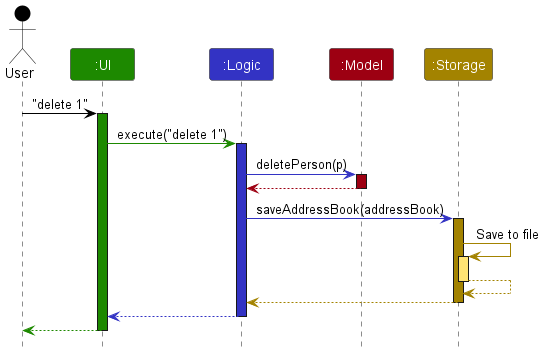
Before: docs/images/ArchitectureSequenceDiagram.png, a diagram exported from PlantUML (nus-cs2103-AY2425S1/tp).
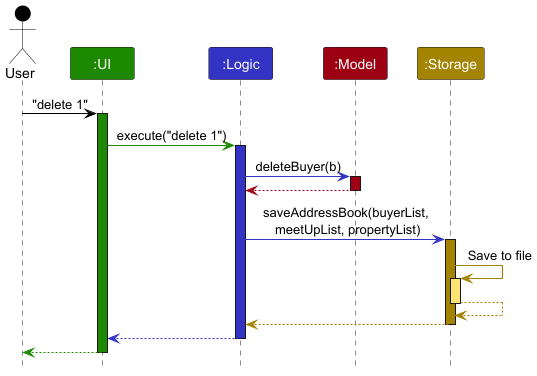
The same file after the commit.

The edit, as a diff of the source:
```diff
@@ -14,13 +14,13 @@
 ui -[UI_COLOR]> logic : execute("delete 1")
 activate logic LOGIC_COLOR
 
-logic -[LOGIC_COLOR]> model : deletePerson(p)
+logic -[LOGIC_COLOR]> model : deleteBuyer(b)
 activate model MODEL_COLOR
 
 model -[MODEL_COLOR]-> logic
 deactivate model
 
-logic -[LOGIC_COLOR]> storage : saveAddressBook(addressBook)
+logic -[LOGIC_COLOR]> storage : saveAddressBook(buyerList,\n meetUpList, propertyList)
 activate storage STORAGE_COLOR
 
 storage -[STORAGE_COLOR]> storage : Save to file
```
